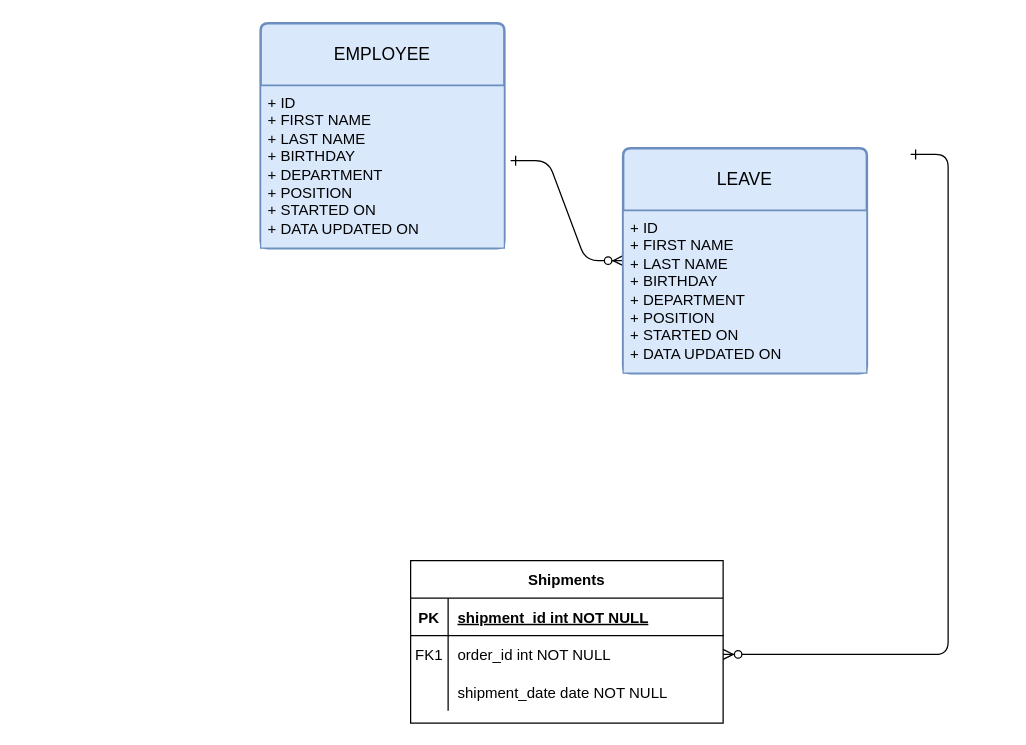
Before: Walang Pamagat na Dayagram.drawio in zephyrstorm123/MO-IT107-Worksheet3-ERD, a draw.io diagram. Source tidied: cells renumbered, new cells numbered last; positions are measured from the earlier drawing's top-left corner, leaving out a move shared by most shapes. Both pictures are drawn from the tidied source at 125%, with x=0, y=0 at pixel (260, 22).
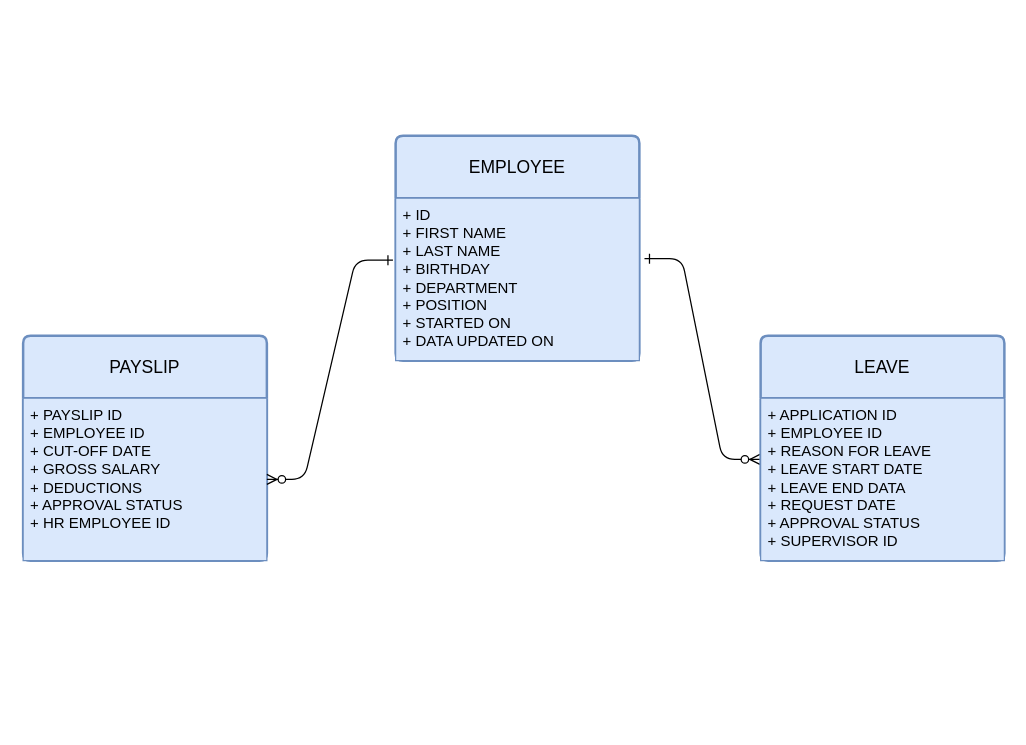
Above is the later version.

Diff of the diagram source:
```diff
@@
 <mxGraphModel>
   <root>
     <mxCell id="0" />
     <mxCell id="1" parent="0" />
-    <mxCell id="2" style="edgeStyle=entityRelationEdgeStyle;endArrow=ERzeroToMany;startArrow=ERone;endFill=1;startFill=0;entryX=0;entryY=0.5;entryDx=0;entryDy=0;" parent="1" edge="1" target="16">
-      <mxGeometry relative="1" as="geometry">
-        <mxPoint x="200" y="110" as="sourcePoint" />
-      </mxGeometry>
+    <mxCell id="2" style="edgeStyle=entityRelationEdgeStyle;endArrow=ERzeroToMany;startArrow=ERone;endFill=1;startFill=0;entryX=-0.003;entryY=0.377;entryDx=0;entryDy=0;entryPerimeter=0;exitX=1.021;exitY=0.373;exitDx=0;exitDy=0;exitPerimeter=0;" parent="1" edge="1" source="15" target="17">
+      <mxGeometry relative="1" as="geometry" />
     </mxCell>
-    <mxCell id="3" style="edgeStyle=entityRelationEdgeStyle;endArrow=ERzeroToMany;startArrow=ERone;endFill=1;startFill=0;" parent="1" edge="1" target="8">
-      <mxGeometry relative="1" as="geometry">
-        <mxPoint x="520" y="105" as="sourcePoint" />
-      </mxGeometry>
-    </mxCell>
-    <mxCell id="4" value="Shipments" style="shape=table;startSize=30;childLayout=tableLayout;rowLines=0;fontStyle=1;align=center;" parent="1" vertex="1">
-      <mxGeometry x="120" y="430" width="250" height="130" as="geometry" />
-    </mxCell>
-    <mxCell id="5" style="shape=partialRectangle;fillColor=none;top=0;left=0;right=0;bottom=1;" parent="4" vertex="1">
-      <mxGeometry y="30" width="250" height="30" as="geometry" />
-    </mxCell>
-    <mxCell id="6" value="PK" style="shape=partialRectangle;overflow=hidden;fillColor=none;top=0;left=0;bottom=0;right=0;fontStyle=1;" parent="5" vertex="1">
-      <mxGeometry width="30" height="30" as="geometry" />
-    </mxCell>
-    <mxCell id="7" value="shipment_id int NOT NULL " style="shape=partialRectangle;overflow=hidden;fillColor=none;top=0;left=0;bottom=0;right=0;align=left;spacingLeft=6;fontStyle=5;" parent="5" vertex="1">
-      <mxGeometry x="30" width="220" height="30" as="geometry" />
-    </mxCell>
-    <mxCell id="8" style="shape=partialRectangle;fillColor=none;points=[[0,0.5],[1,0.5]];portConstraint=eastwest;top=0;left=0;right=0;bottom=0;" parent="4" vertex="1">
-      <mxGeometry y="60" width="250" height="30" as="geometry" />
-    </mxCell>
-    <mxCell id="9" value="FK1" style="shape=partialRectangle;overflow=hidden;fillColor=none;top=0;left=0;bottom=0;right=0;" parent="8" vertex="1">
-      <mxGeometry width="30" height="30" as="geometry" />
-    </mxCell>
-    <mxCell id="10" value="order_id int NOT NULL" style="shape=partialRectangle;overflow=hidden;fillColor=none;top=0;left=0;bottom=0;right=0;align=left;spacingLeft=6;" parent="8" vertex="1">
-      <mxGeometry x="30" width="220" height="30" as="geometry" />
-    </mxCell>
-    <mxCell id="11" style="shape=partialRectangle;fillColor=none;top=0;left=0;right=0;bottom=0;" parent="4" vertex="1">
-      <mxGeometry y="90" width="250" height="30" as="geometry" />
-    </mxCell>
-    <mxCell id="12" style="shape=partialRectangle;overflow=hidden;fillColor=none;top=0;left=0;bottom=0;right=0;" parent="11" vertex="1">
-      <mxGeometry width="30" height="30" as="geometry" />
-    </mxCell>
-    <mxCell id="13" value="shipment_date date NOT NULL" style="shape=partialRectangle;overflow=hidden;fillColor=none;top=0;left=0;bottom=0;right=0;align=left;spacingLeft=6;" parent="11" vertex="1">
-      <mxGeometry x="30" width="220" height="30" as="geometry" />
-    </mxCell>
     <mxCell id="14" value="EMPLOYEE" style="swimlane;horizontal=1;startSize=50;rounded=1;fontSize=14;fontStyle=0;strokeWidth=2;shadow=0;dashed=0;align=center;arcSize=4;whiteSpace=wrap;html=1;fillColor=#dae8fc;strokeColor=#6c8ebf;" parent="1" vertex="1">
-      <mxGeometry width="195" height="180" as="geometry" />
+      <mxGeometry x="108" y="90" width="195" height="180" as="geometry" />
     </mxCell>
     <mxCell id="15" value="+ ID&lt;br&gt;+ FIRST NAME&lt;br&gt;+ LAST NAME&lt;br&gt;+ BIRTHDAY&lt;br&gt;+ DEPARTMENT&lt;br&gt;+ POSITION&lt;br&gt;+ STARTED ON&lt;br&gt;+ DATA UPDATED ON" style="align=left;strokeColor=#6c8ebf;fillColor=#dae8fc;spacingLeft=4;fontSize=12;verticalAlign=top;html=1;" parent="14" vertex="1">
       <mxGeometry y="50" width="195" height="130" as="geometry" />
     </mxCell>
     <mxCell id="16" value="LEAVE" style="swimlane;horizontal=1;startSize=50;rounded=1;fontSize=14;fontStyle=0;strokeWidth=2;shadow=0;dashed=0;align=center;arcSize=4;whiteSpace=wrap;html=1;fillColor=#dae8fc;strokeColor=#6c8ebf;" parent="1" vertex="1">
-      <mxGeometry x="290" y="100" width="195" height="180" as="geometry" />
+      <mxGeometry x="400" y="250" width="195" height="180" as="geometry" />
     </mxCell>
-    <mxCell id="17" value="+ ID&lt;br&gt;+ FIRST NAME&lt;br&gt;+ LAST NAME&lt;br&gt;+ BIRTHDAY&lt;br&gt;+ DEPARTMENT&lt;br&gt;+ POSITION&lt;br&gt;+ STARTED ON&lt;br&gt;+ DATA UPDATED ON" style="align=left;strokeColor=#6c8ebf;fillColor=#dae8fc;spacingLeft=4;fontSize=12;verticalAlign=top;html=1;" parent="16" vertex="1">
+    <mxCell id="17" value="+ APPLICATION ID&lt;br&gt;+ EMPLOYEE ID&lt;br&gt;+ REASON FOR LEAVE&lt;br&gt;+ LEAVE START DATE&lt;br&gt;+ LEAVE END DATA&lt;br&gt;+ REQUEST DATE&lt;br&gt;+ APPROVAL STATUS&lt;br&gt;+ SUPERVISOR ID" style="align=left;strokeColor=#6c8ebf;fillColor=#dae8fc;spacingLeft=4;fontSize=12;verticalAlign=top;html=1;" parent="16" vertex="1">
       <mxGeometry y="50" width="195" height="130" as="geometry" />
     </mxCell>
+    <mxCell id="18" value="PAYSLIP" style="swimlane;horizontal=1;startSize=50;rounded=1;fontSize=14;fontStyle=0;strokeWidth=2;shadow=0;dashed=0;align=center;arcSize=4;whiteSpace=wrap;html=1;fillColor=#dae8fc;strokeColor=#6c8ebf;" parent="1" vertex="1">
+      <mxGeometry x="-190" y="250" width="195" height="180" as="geometry" />
+    </mxCell>
+    <mxCell id="19" value="+ PAYSLIP ID&lt;br&gt;+ EMPLOYEE ID&lt;br&gt;+ CUT-OFF DATE&lt;br&gt;+ GROSS SALARY&lt;br&gt;+ DEDUCTIONS&lt;br&gt;+ APPROVAL STATUS&lt;br&gt;+ HR EMPLOYEE ID" style="align=left;strokeColor=#6c8ebf;fillColor=#dae8fc;spacingLeft=4;fontSize=12;verticalAlign=top;html=1;" parent="18" vertex="1">
+      <mxGeometry y="50" width="195" height="130" as="geometry" />
+    </mxCell>
+    <mxCell id="20" style="edgeStyle=entityRelationEdgeStyle;endArrow=ERzeroToMany;startArrow=ERone;endFill=1;startFill=0;exitX=-0.011;exitY=0.382;exitDx=0;exitDy=0;exitPerimeter=0;" parent="1" edge="1" source="15" target="19">
+      <mxGeometry relative="1" as="geometry">
+        <Array as="points">
+          <mxPoint x="110" y="180" />
+        </Array>
+      </mxGeometry>
+    </mxCell>
   </root>
 </mxGraphModel>
```
